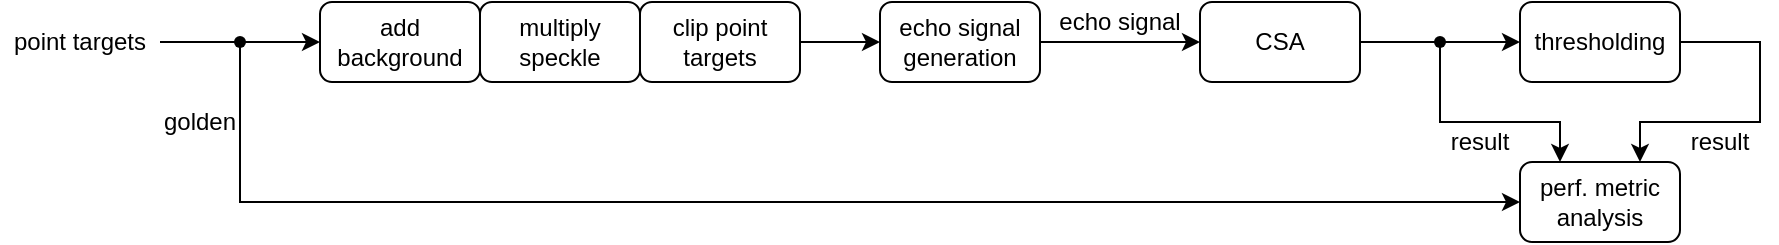
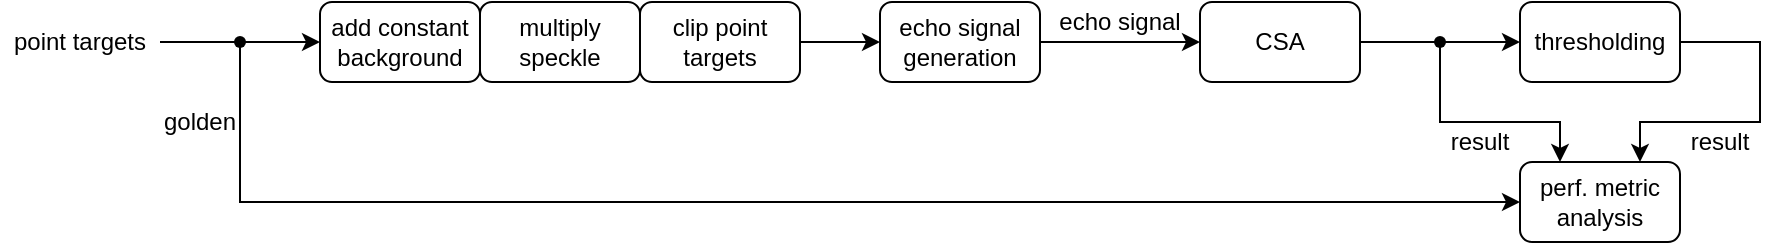
<mxfile host="Electron" agent="Mozilla/5.0 (Windows NT 10.0; Win64; x64) AppleWebKit/537.36 (KHTML, like Gecko) draw.io/24.7.8 Chrome/128.0.6613.36 Electron/32.0.1 Safari/537.36" version="24.7.8" pages="3">
  <diagram name="SelectTopK module" id="mUVyVoMBadTdQZLQjKgO">
    <mxGraphModel dx="794" dy="511" grid="1" gridSize="10" guides="1" tooltips="1" connect="1" arrows="1" fold="1" page="1" pageScale="1" pageWidth="827" pageHeight="1169" math="0" shadow="0">
      <root>
        <mxCell id="0" />
        <mxCell id="1" parent="0" />
-         <mxCell id="gXQljlVZJvfs6rYAzKy3-1" value="add background" style="rounded=1;whiteSpace=wrap;html=1;" parent="1" vertex="1">
+         <mxCell id="gXQljlVZJvfs6rYAzKy3-1" value="add constant background" style="rounded=1;whiteSpace=wrap;html=1;" parent="1" vertex="1">
          <mxGeometry x="200" y="240" width="80" height="40" as="geometry" />
        </mxCell>
        <mxCell id="gXQljlVZJvfs6rYAzKy3-3" value="" style="endArrow=classic;html=1;rounded=0;entryX=0;entryY=0.5;entryDx=0;entryDy=0;exitX=1;exitY=0.5;exitDx=0;exitDy=0;" parent="1" source="gXQljlVZJvfs6rYAzKy3-8" target="gXQljlVZJvfs6rYAzKy3-1" edge="1">
          <mxGeometry width="50" height="50" relative="1" as="geometry">
            <mxPoint x="130" y="320" as="sourcePoint" />
            <mxPoint x="270" y="240" as="targetPoint" />
          </mxGeometry>
        </mxCell>
        <mxCell id="gXQljlVZJvfs6rYAzKy3-4" value="" style="endArrow=classic;html=1;rounded=0;entryX=0;entryY=0.5;entryDx=0;entryDy=0;exitX=1;exitY=0.5;exitDx=0;exitDy=0;" parent="1" source="iuhtaoOXfK3OFx5w9tUS-3" target="gXQljlVZJvfs6rYAzKy3-7" edge="1">
          <mxGeometry width="50" height="50" relative="1" as="geometry">
            <mxPoint x="350" y="410" as="sourcePoint" />
            <mxPoint x="480" y="260" as="targetPoint" />
          </mxGeometry>
        </mxCell>
        <mxCell id="gXQljlVZJvfs6rYAzKy3-5" value="CSA" style="rounded=1;whiteSpace=wrap;html=1;" parent="1" vertex="1">
          <mxGeometry x="640" y="240" width="80" height="40" as="geometry" />
        </mxCell>
        <mxCell id="gXQljlVZJvfs6rYAzKy3-6" value="thresholding" style="rounded=1;whiteSpace=wrap;html=1;" parent="1" vertex="1">
          <mxGeometry x="800" y="240" width="80" height="40" as="geometry" />
        </mxCell>
        <mxCell id="gXQljlVZJvfs6rYAzKy3-7" value="echo signal generation" style="rounded=1;whiteSpace=wrap;html=1;" parent="1" vertex="1">
          <mxGeometry x="480" y="240" width="80" height="40" as="geometry" />
        </mxCell>
        <mxCell id="gXQljlVZJvfs6rYAzKy3-8" value="point targets" style="text;html=1;align=center;verticalAlign=middle;whiteSpace=wrap;rounded=0;" parent="1" vertex="1">
          <mxGeometry x="40" y="250" width="80" height="20" as="geometry" />
        </mxCell>
        <mxCell id="gXQljlVZJvfs6rYAzKy3-9" value="" style="endArrow=classic;html=1;rounded=0;exitX=1;exitY=0.5;exitDx=0;exitDy=0;entryX=0;entryY=0.5;entryDx=0;entryDy=0;" parent="1" source="gXQljlVZJvfs6rYAzKy3-7" target="gXQljlVZJvfs6rYAzKy3-5" edge="1">
          <mxGeometry width="50" height="50" relative="1" as="geometry">
            <mxPoint x="380" y="290" as="sourcePoint" />
            <mxPoint x="430" y="240" as="targetPoint" />
          </mxGeometry>
        </mxCell>
        <mxCell id="gXQljlVZJvfs6rYAzKy3-10" value="echo signal" style="text;html=1;align=center;verticalAlign=middle;whiteSpace=wrap;rounded=0;" parent="1" vertex="1">
          <mxGeometry x="560" y="240" width="80" height="20" as="geometry" />
        </mxCell>
        <mxCell id="gXQljlVZJvfs6rYAzKy3-11" value="" style="endArrow=classic;html=1;rounded=0;exitX=1;exitY=0.5;exitDx=0;exitDy=0;entryX=0.75;entryY=0;entryDx=0;entryDy=0;" parent="1" source="gXQljlVZJvfs6rYAzKy3-6" target="gXQljlVZJvfs6rYAzKy3-14" edge="1">
          <mxGeometry width="50" height="50" relative="1" as="geometry">
            <mxPoint x="740" y="380" as="sourcePoint" />
            <mxPoint x="860" y="390" as="targetPoint" />
            <Array as="points">
              <mxPoint x="920" y="260" />
              <mxPoint x="920" y="300" />
              <mxPoint x="860" y="300" />
            </Array>
          </mxGeometry>
        </mxCell>
        <mxCell id="gXQljlVZJvfs6rYAzKy3-12" value="" style="endArrow=classic;html=1;rounded=0;exitX=1.033;exitY=0.8;exitDx=0;exitDy=0;exitPerimeter=0;entryX=0;entryY=0.5;entryDx=0;entryDy=0;" parent="1" source="gXQljlVZJvfs6rYAzKy3-13" target="gXQljlVZJvfs6rYAzKy3-14" edge="1">
          <mxGeometry width="50" height="50" relative="1" as="geometry">
            <mxPoint x="540" y="370" as="sourcePoint" />
            <mxPoint x="520" y="370" as="targetPoint" />
            <Array as="points">
              <mxPoint x="160" y="340" />
            </Array>
          </mxGeometry>
        </mxCell>
        <mxCell id="gXQljlVZJvfs6rYAzKy3-13" value="" style="shape=waypoint;sketch=0;fillStyle=solid;size=6;pointerEvents=1;points=[];fillColor=none;resizable=0;rotatable=0;perimeter=centerPerimeter;snapToPoint=1;" parent="1" vertex="1">
          <mxGeometry x="150" y="250" width="20" height="20" as="geometry" />
        </mxCell>
        <mxCell id="gXQljlVZJvfs6rYAzKy3-14" value="perf. metric analysis" style="rounded=1;whiteSpace=wrap;html=1;" parent="1" vertex="1">
          <mxGeometry x="800" y="320" width="80" height="40" as="geometry" />
        </mxCell>
        <mxCell id="gXQljlVZJvfs6rYAzKy3-15" value="golden" style="text;html=1;align=center;verticalAlign=middle;whiteSpace=wrap;rounded=0;" parent="1" vertex="1">
          <mxGeometry x="120" y="290" width="40" height="20" as="geometry" />
        </mxCell>
        <mxCell id="gXQljlVZJvfs6rYAzKy3-16" value="result" style="text;html=1;align=center;verticalAlign=middle;whiteSpace=wrap;rounded=0;" parent="1" vertex="1">
          <mxGeometry x="880" y="300" width="40" height="20" as="geometry" />
        </mxCell>
-         <mxCell id="iuhtaoOXfK3OFx5w9tUS-2" value="multiply speckle" style="rounded=1;whiteSpace=wrap;html=1;" vertex="1" parent="1">
+         <mxCell id="iuhtaoOXfK3OFx5w9tUS-2" value="multiply speckle" style="rounded=1;whiteSpace=wrap;html=1;" parent="1" vertex="1">
          <mxGeometry x="280" y="240" width="80" height="40" as="geometry" />
        </mxCell>
-         <mxCell id="iuhtaoOXfK3OFx5w9tUS-3" value="clip point targets" style="rounded=1;whiteSpace=wrap;html=1;" vertex="1" parent="1">
+         <mxCell id="iuhtaoOXfK3OFx5w9tUS-3" value="clip point targets" style="rounded=1;whiteSpace=wrap;html=1;" parent="1" vertex="1">
          <mxGeometry x="360" y="240" width="80" height="40" as="geometry" />
        </mxCell>
-         <mxCell id="iuhtaoOXfK3OFx5w9tUS-4" value="" style="endArrow=classic;html=1;rounded=0;exitX=1;exitY=0.5;exitDx=0;exitDy=0;entryX=0;entryY=0.5;entryDx=0;entryDy=0;" edge="1" parent="1" source="gXQljlVZJvfs6rYAzKy3-5" target="gXQljlVZJvfs6rYAzKy3-6">
+         <mxCell id="iuhtaoOXfK3OFx5w9tUS-4" value="" style="endArrow=classic;html=1;rounded=0;exitX=1;exitY=0.5;exitDx=0;exitDy=0;entryX=0;entryY=0.5;entryDx=0;entryDy=0;" parent="1" source="gXQljlVZJvfs6rYAzKy3-5" target="gXQljlVZJvfs6rYAzKy3-6" edge="1">
          <mxGeometry width="50" height="50" relative="1" as="geometry">
            <mxPoint x="770" y="290" as="sourcePoint" />
            <mxPoint x="820" y="240" as="targetPoint" />
          </mxGeometry>
        </mxCell>
-         <mxCell id="iuhtaoOXfK3OFx5w9tUS-5" value="" style="shape=waypoint;sketch=0;fillStyle=solid;size=6;pointerEvents=1;points=[];fillColor=none;resizable=0;rotatable=0;perimeter=centerPerimeter;snapToPoint=1;" vertex="1" parent="1">
+         <mxCell id="iuhtaoOXfK3OFx5w9tUS-5" value="" style="shape=waypoint;sketch=0;fillStyle=solid;size=6;pointerEvents=1;points=[];fillColor=none;resizable=0;rotatable=0;perimeter=centerPerimeter;snapToPoint=1;" parent="1" vertex="1">
          <mxGeometry x="750" y="250" width="20" height="20" as="geometry" />
        </mxCell>
-         <mxCell id="iuhtaoOXfK3OFx5w9tUS-6" value="" style="endArrow=classic;html=1;rounded=0;exitX=1.1;exitY=0.867;exitDx=0;exitDy=0;exitPerimeter=0;entryX=0.25;entryY=0;entryDx=0;entryDy=0;" edge="1" parent="1" source="iuhtaoOXfK3OFx5w9tUS-5" target="gXQljlVZJvfs6rYAzKy3-14">
+         <mxCell id="iuhtaoOXfK3OFx5w9tUS-6" value="" style="endArrow=classic;html=1;rounded=0;exitX=1.1;exitY=0.867;exitDx=0;exitDy=0;exitPerimeter=0;entryX=0.25;entryY=0;entryDx=0;entryDy=0;" parent="1" source="iuhtaoOXfK3OFx5w9tUS-5" target="gXQljlVZJvfs6rYAzKy3-14" edge="1">
          <mxGeometry width="50" height="50" relative="1" as="geometry">
            <mxPoint x="680" y="420" as="sourcePoint" />
            <mxPoint x="820" y="240" as="targetPoint" />
            <Array as="points">
              <mxPoint x="760" y="300" />
              <mxPoint x="820" y="300" />
            </Array>
          </mxGeometry>
        </mxCell>
-         <mxCell id="iuhtaoOXfK3OFx5w9tUS-7" value="result" style="text;html=1;align=center;verticalAlign=middle;whiteSpace=wrap;rounded=0;" vertex="1" parent="1">
+         <mxCell id="iuhtaoOXfK3OFx5w9tUS-7" value="result" style="text;html=1;align=center;verticalAlign=middle;whiteSpace=wrap;rounded=0;" parent="1" vertex="1">
          <mxGeometry x="760" y="300" width="40" height="20" as="geometry" />
        </mxCell>
      </root>
    </mxGraphModel>
  </diagram>
  <diagram id="G11kcL8yrh3Miww0Hvbj" name="Sort8 module">
    <mxGraphModel dx="548" dy="352" grid="1" gridSize="10" guides="1" tooltips="1" connect="1" arrows="1" fold="1" page="1" pageScale="1" pageWidth="827" pageHeight="1169" math="0" shadow="0">
      <root>
        <mxCell id="0" />
        <mxCell id="1" parent="0" />
        <mxCell id="zYjM3pSCf1ERmpYBm64K-1" value="CAS" style="rounded=1;whiteSpace=wrap;html=1;" vertex="1" parent="1">
          <mxGeometry x="340" y="240" width="40" height="40" as="geometry" />
        </mxCell>
        <mxCell id="zYjM3pSCf1ERmpYBm64K-2" value="D" style="rounded=1;whiteSpace=wrap;html=1;" vertex="1" parent="1">
          <mxGeometry x="400" y="240" width="20" height="20" as="geometry" />
        </mxCell>
        <mxCell id="zYjM3pSCf1ERmpYBm64K-3" value="D" style="rounded=1;whiteSpace=wrap;html=1;" vertex="1" parent="1">
          <mxGeometry x="400" y="260" width="20" height="20" as="geometry" />
        </mxCell>
        <mxCell id="zYjM3pSCf1ERmpYBm64K-4" value="" style="endArrow=classic;html=1;rounded=0;exitX=1;exitY=0.25;exitDx=0;exitDy=0;entryX=0;entryY=0.5;entryDx=0;entryDy=0;" edge="1" parent="1" source="zYjM3pSCf1ERmpYBm64K-1" target="zYjM3pSCf1ERmpYBm64K-2">
          <mxGeometry width="50" height="50" relative="1" as="geometry">
            <mxPoint x="380" y="290" as="sourcePoint" />
            <mxPoint x="430" y="240" as="targetPoint" />
          </mxGeometry>
        </mxCell>
        <mxCell id="zYjM3pSCf1ERmpYBm64K-5" value="" style="endArrow=classic;html=1;rounded=0;entryX=0;entryY=0.5;entryDx=0;entryDy=0;" edge="1" parent="1" target="zYjM3pSCf1ERmpYBm64K-3">
          <mxGeometry width="50" height="50" relative="1" as="geometry">
            <mxPoint x="380" y="270" as="sourcePoint" />
            <mxPoint x="430" y="220" as="targetPoint" />
          </mxGeometry>
        </mxCell>
        <mxCell id="zYjM3pSCf1ERmpYBm64K-6" value="" style="endArrow=classic;html=1;rounded=0;entryX=0;entryY=0.25;entryDx=0;entryDy=0;exitX=1;exitY=0.5;exitDx=0;exitDy=0;" edge="1" parent="1" source="zYjM3pSCf1ERmpYBm64K-20" target="zYjM3pSCf1ERmpYBm64K-1">
          <mxGeometry width="50" height="50" relative="1" as="geometry">
            <mxPoint x="300" y="250" as="sourcePoint" />
            <mxPoint x="400" y="200" as="targetPoint" />
          </mxGeometry>
        </mxCell>
        <mxCell id="zYjM3pSCf1ERmpYBm64K-7" value="" style="endArrow=classic;html=1;rounded=0;entryX=0;entryY=0.75;entryDx=0;entryDy=0;exitX=1;exitY=0.5;exitDx=0;exitDy=0;" edge="1" parent="1" source="zYjM3pSCf1ERmpYBm64K-22" target="zYjM3pSCf1ERmpYBm64K-1">
          <mxGeometry width="50" height="50" relative="1" as="geometry">
            <mxPoint x="300" y="270" as="sourcePoint" />
            <mxPoint x="400" y="200" as="targetPoint" />
          </mxGeometry>
        </mxCell>
        <mxCell id="zYjM3pSCf1ERmpYBm64K-8" value="" style="endArrow=classic;html=1;rounded=0;" edge="1" parent="1">
          <mxGeometry width="50" height="50" relative="1" as="geometry">
            <mxPoint x="350" y="250" as="sourcePoint" />
            <mxPoint x="400" y="200" as="targetPoint" />
          </mxGeometry>
        </mxCell>
        <mxCell id="zYjM3pSCf1ERmpYBm64K-9" value="" style="endArrow=classic;html=1;rounded=0;entryX=0.5;entryY=1;entryDx=0;entryDy=0;" edge="1" parent="1" target="zYjM3pSCf1ERmpYBm64K-1">
          <mxGeometry width="50" height="50" relative="1" as="geometry">
            <mxPoint x="210" y="310" as="sourcePoint" />
            <mxPoint x="400" y="200" as="targetPoint" />
          </mxGeometry>
        </mxCell>
        <mxCell id="zYjM3pSCf1ERmpYBm64K-10" value="CAS" style="rounded=1;whiteSpace=wrap;html=1;" vertex="1" parent="1">
          <mxGeometry x="480" y="240" width="40" height="40" as="geometry" />
        </mxCell>
        <mxCell id="zYjM3pSCf1ERmpYBm64K-11" value="" style="endArrow=classic;html=1;rounded=0;entryX=0;entryY=0.25;entryDx=0;entryDy=0;exitX=1;exitY=0.5;exitDx=0;exitDy=0;" edge="1" target="zYjM3pSCf1ERmpYBm64K-10" parent="1" source="zYjM3pSCf1ERmpYBm64K-2">
          <mxGeometry width="50" height="50" relative="1" as="geometry">
            <mxPoint x="440" y="250" as="sourcePoint" />
            <mxPoint x="540" y="200" as="targetPoint" />
          </mxGeometry>
        </mxCell>
        <mxCell id="zYjM3pSCf1ERmpYBm64K-12" value="" style="endArrow=classic;html=1;rounded=0;entryX=0;entryY=0.75;entryDx=0;entryDy=0;" edge="1" target="zYjM3pSCf1ERmpYBm64K-10" parent="1">
          <mxGeometry width="50" height="50" relative="1" as="geometry">
            <mxPoint x="440" y="270" as="sourcePoint" />
            <mxPoint x="540" y="200" as="targetPoint" />
          </mxGeometry>
        </mxCell>
        <mxCell id="zYjM3pSCf1ERmpYBm64K-13" value="CAS" style="rounded=1;whiteSpace=wrap;html=1;" vertex="1" parent="1">
          <mxGeometry x="340" y="300" width="40" height="40" as="geometry" />
        </mxCell>
        <mxCell id="zYjM3pSCf1ERmpYBm64K-14" value="D" style="rounded=1;whiteSpace=wrap;html=1;" vertex="1" parent="1">
          <mxGeometry x="400" y="300" width="20" height="20" as="geometry" />
        </mxCell>
        <mxCell id="zYjM3pSCf1ERmpYBm64K-15" value="D" style="rounded=1;whiteSpace=wrap;html=1;" vertex="1" parent="1">
          <mxGeometry x="400" y="320" width="20" height="20" as="geometry" />
        </mxCell>
        <mxCell id="zYjM3pSCf1ERmpYBm64K-16" value="" style="endArrow=classic;html=1;rounded=0;exitX=1;exitY=0.25;exitDx=0;exitDy=0;entryX=0;entryY=0.5;entryDx=0;entryDy=0;" edge="1" source="zYjM3pSCf1ERmpYBm64K-13" target="zYjM3pSCf1ERmpYBm64K-14" parent="1">
          <mxGeometry width="50" height="50" relative="1" as="geometry">
            <mxPoint x="380" y="350" as="sourcePoint" />
            <mxPoint x="430" y="300" as="targetPoint" />
          </mxGeometry>
        </mxCell>
        <mxCell id="zYjM3pSCf1ERmpYBm64K-17" value="" style="endArrow=classic;html=1;rounded=0;entryX=0;entryY=0.5;entryDx=0;entryDy=0;" edge="1" target="zYjM3pSCf1ERmpYBm64K-15" parent="1">
          <mxGeometry width="50" height="50" relative="1" as="geometry">
            <mxPoint x="380" y="330" as="sourcePoint" />
            <mxPoint x="430" y="280" as="targetPoint" />
          </mxGeometry>
        </mxCell>
        <mxCell id="zYjM3pSCf1ERmpYBm64K-18" value="" style="endArrow=classic;html=1;rounded=0;entryX=0;entryY=0.25;entryDx=0;entryDy=0;" edge="1" target="zYjM3pSCf1ERmpYBm64K-13" parent="1">
          <mxGeometry width="50" height="50" relative="1" as="geometry">
            <mxPoint x="300" y="310" as="sourcePoint" />
            <mxPoint x="400" y="260" as="targetPoint" />
          </mxGeometry>
        </mxCell>
        <mxCell id="zYjM3pSCf1ERmpYBm64K-19" value="" style="endArrow=classic;html=1;rounded=0;entryX=0;entryY=0.75;entryDx=0;entryDy=0;" edge="1" target="zYjM3pSCf1ERmpYBm64K-13" parent="1">
          <mxGeometry width="50" height="50" relative="1" as="geometry">
            <mxPoint x="300" y="330" as="sourcePoint" />
            <mxPoint x="400" y="260" as="targetPoint" />
          </mxGeometry>
        </mxCell>
        <mxCell id="zYjM3pSCf1ERmpYBm64K-20" value="in0" style="text;html=1;align=center;verticalAlign=middle;whiteSpace=wrap;rounded=0;" vertex="1" parent="1">
          <mxGeometry x="280" y="240" width="40" height="20" as="geometry" />
        </mxCell>
        <mxCell id="zYjM3pSCf1ERmpYBm64K-21" value="1" style="text;html=1;align=center;verticalAlign=middle;whiteSpace=wrap;rounded=0;" vertex="1" parent="1">
          <mxGeometry x="200" y="370" width="60" height="30" as="geometry" />
        </mxCell>
        <mxCell id="zYjM3pSCf1ERmpYBm64K-22" value="in1" style="text;html=1;align=center;verticalAlign=middle;whiteSpace=wrap;rounded=0;" vertex="1" parent="1">
          <mxGeometry x="280" y="260" width="40" height="20" as="geometry" />
        </mxCell>
      </root>
    </mxGraphModel>
  </diagram>
  <diagram id="98J4sd_0iWrzFJonSDcM" name="FSM">
    <mxGraphModel dx="794" dy="511" grid="1" gridSize="10" guides="1" tooltips="1" connect="1" arrows="1" fold="1" page="1" pageScale="1" pageWidth="827" pageHeight="1169" math="0" shadow="0">
      <root>
        <mxCell id="0" />
        <mxCell id="1" parent="0" />
      </root>
    </mxGraphModel>
  </diagram>
</mxfile>
